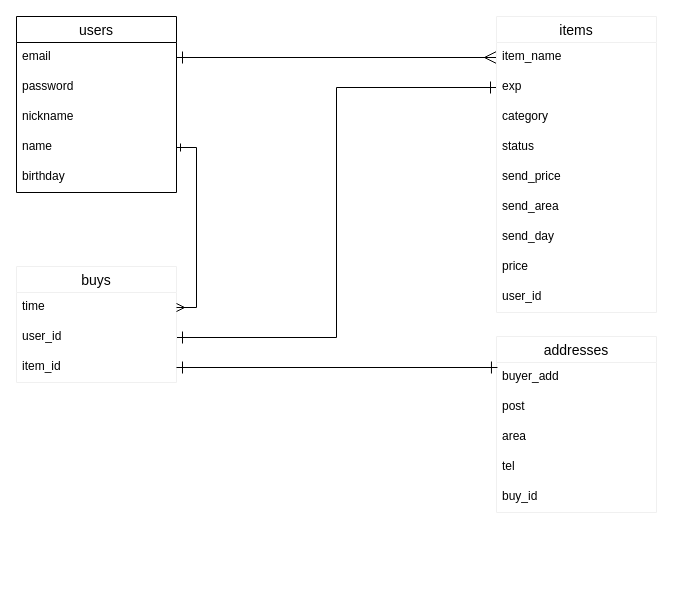
Above: furimaER.dio in hamada456/furima-31719 (draw.io), before the change. Source tidied: cells renumbered, new cells numbered last; positions are measured from the earlier drawing's top-left corner, leaving out a move shared by most shapes. Both pictures are drawn from the tidied source at 100%, with x=0, y=0 at pixel (16, 16).
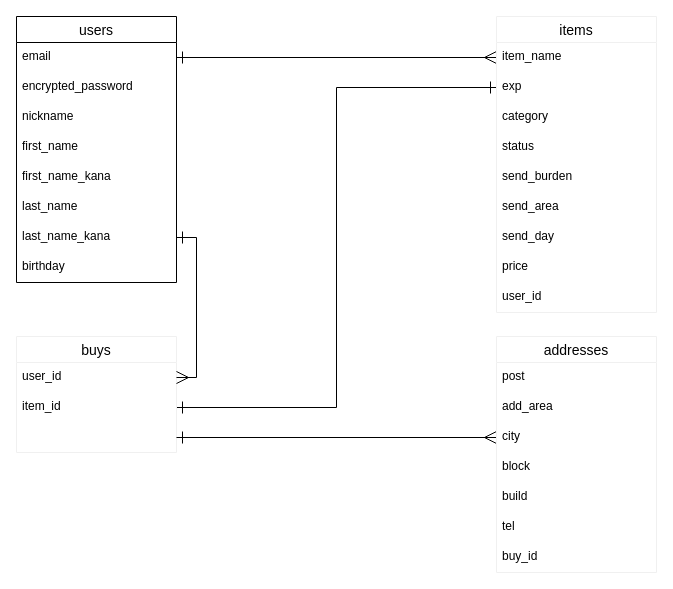
After the change.

Unchanged cells that the change refers to:
```xml
<mxCell id="10" value="items" style="swimlane;fontStyle=0;horizontal=1;startSize=26;align=center;fontSize=14;strokeColor=#f0f0f0;" parent="1" vertex="1">
  <mxGeometry x="480" width="160" height="296" as="geometry" />
</mxCell>
<mxCell id="12" value="exp" style="text;strokeColor=none;fillColor=none;spacingLeft=4;spacingRight=4;overflow=hidden;points=[[0,0.5],[1,0.5]];portConstraint=eastwest;fontSize=12;" parent="10" vertex="1">
  <mxGeometry y="56" width="160" height="30" as="geometry" />
</mxCell>
```

The edit, as a diff of the source:
```diff
@@
     <mxCell id="2" value="users" style="swimlane;fontStyle=0;horizontal=1;startSize=26;align=center;fontSize=14;" parent="1" vertex="1">
-      <mxGeometry width="160" height="176" as="geometry" />
+      <mxGeometry width="160" height="266" as="geometry" />
     </mxCell>
@@
-    <mxCell id="4" value="password" style="text;strokeColor=none;fillColor=none;spacingLeft=4;spacingRight=4;overflow=hidden;fontSize=12;" parent="2" vertex="1">
+    <mxCell id="4" value="encrypted_password" style="text;strokeColor=none;fillColor=none;spacingLeft=4;spacingRight=4;overflow=hidden;fontSize=12;" parent="2" vertex="1">
       <mxGeometry y="56" width="160" height="30" as="geometry" />
     </mxCell>
@@
-    <mxCell id="6" value="name" style="align=left;verticalAlign=top;fillColor=none;strokeColor=none;spacingRight=4;spacingLeft=4;" parent="2" vertex="1">
+    <mxCell id="6" value="first_name" style="align=left;verticalAlign=top;fillColor=none;strokeColor=none;spacingRight=4;spacingLeft=4;" parent="2" vertex="1">
       <mxGeometry y="116" width="160" height="30" as="geometry" />
     </mxCell>
-    <mxCell id="7" value="birthday" style="align=left;verticalAlign=top;fillColor=none;strokeColor=none;spacingLeft=4;spacingRight=4;" parent="2" vertex="1">
+    <mxCell id="7" value="first_name_kana" style="align=left;verticalAlign=top;fillColor=none;strokeColor=none;spacingLeft=4;spacingRight=4;" parent="2" vertex="1">
       <mxGeometry y="146" width="160" height="30" as="geometry" />
     </mxCell>
+    <mxCell id="32" value="last_name" style="align=left;verticalAlign=top;fillColor=none;strokeColor=none;spacingLeft=4;spacingRight=4;" parent="2" vertex="1">
+      <mxGeometry y="176" width="160" height="30" as="geometry" />
+    </mxCell>
+    <mxCell id="33" value="last_name_kana" style="align=left;verticalAlign=top;fillColor=none;strokeColor=none;spacingLeft=4;spacingRight=4;" parent="2" vertex="1">
+      <mxGeometry y="206" width="160" height="30" as="geometry" />
+    </mxCell>
+    <mxCell id="34" value="birthday" style="align=left;verticalAlign=top;fillColor=none;strokeColor=none;spacingLeft=4;spacingRight=4;" parent="2" vertex="1">
+      <mxGeometry y="236" width="160" height="30" as="geometry" />
+    </mxCell>
@@
-    <mxCell id="9" style="edgeStyle=orthogonalEdgeStyle;rounded=0;jumpSize=6;jettySize=auto;html=1;exitX=1;exitY=0.5;exitDx=0;exitDy=0;entryX=0;entryY=0.5;entryDx=0;entryDy=0;startArrow=ERone;startFill=0;startSize=10;endArrow=ERone;endFill=0;endSize=10;strokeWidth=1;fontSize=12;" parent="1" edge="1" source="28" target="12">
+    <mxCell id="9" style="edgeStyle=orthogonalEdgeStyle;rounded=0;jumpSize=6;jettySize=auto;html=1;exitX=1;exitY=0.5;exitDx=0;exitDy=0;entryX=0;entryY=0.5;entryDx=0;entryDy=0;startArrow=ERone;startFill=0;startSize=10;endArrow=ERone;endFill=0;endSize=10;strokeWidth=1;fontSize=12;" parent="1" edge="1" source="29" target="12">
       <mxGeometry relative="1" as="geometry" />
     </mxCell>
@@
-    <mxCell id="15" value="send_price" style="align=left;fillColor=none;strokeColor=none;verticalAlign=top;spacingLeft=4;spacingRight=4;" parent="10" vertex="1">
+    <mxCell id="15" value="send_burden" style="align=left;fillColor=none;strokeColor=none;verticalAlign=top;spacingLeft=4;spacingRight=4;" parent="10" vertex="1">
       <mxGeometry y="146" width="160" height="30" as="geometry" />
     </mxCell>
@@
+    <mxCell id="26" value="buys" style="swimlane;fontStyle=0;horizontal=1;startSize=26;align=center;fontSize=14;strokeColor=#f0f0f0;" parent="1" vertex="1">
+      <mxGeometry y="320" width="160" height="116" as="geometry" />
+    </mxCell>
+    <mxCell id="28" value="user_id" style="text;strokeColor=none;fillColor=none;spacingLeft=4;spacingRight=4;overflow=hidden;points=[[0,0.5],[1,0.5]];portConstraint=eastwest;fontSize=12;" parent="26" vertex="1">
+      <mxGeometry y="26" width="160" height="30" as="geometry" />
+    </mxCell>
+    <mxCell id="29" value="item_id" style="text;strokeColor=none;fillColor=none;spacingLeft=4;spacingRight=4;overflow=hidden;points=[[0,0.5],[1,0.5]];portConstraint=eastwest;fontSize=12;" parent="26" vertex="1">
+      <mxGeometry y="56" width="160" height="30" as="geometry" />
+    </mxCell>
+    <mxCell id="35" value=" " style="text;strokeColor=none;fillColor=none;spacingLeft=4;spacingRight=4;overflow=hidden;points=[[0,0.5],[1,0.5]];portConstraint=eastwest;fontSize=12;" parent="26" vertex="1">
+      <mxGeometry y="86" width="160" height="30" as="geometry" />
+    </mxCell>
+    <mxCell id="36" style="edgeStyle=orthogonalEdgeStyle;rounded=0;jettySize=auto;html=1;exitX=1;exitY=0.5;exitDx=0;exitDy=0;entryX=1;entryY=0.5;entryDx=0;entryDy=0;startArrow=ERone;startFill=0;startSize=10;endArrow=ERmany;endFill=0;endSize=10;" parent="1" edge="1" source="33" target="28">
+      <mxGeometry relative="1" as="geometry" />
+    </mxCell>
+    <mxCell id="37" style="edgeStyle=orthogonalEdgeStyle;rounded=0;jettySize=auto;html=1;exitX=1;exitY=0.5;exitDx=0;exitDy=0;entryX=0;entryY=0.5;entryDx=0;entryDy=0;startArrow=ERone;startFill=0;startSize=10;endArrow=ERmany;endFill=0;endSize=10;" parent="1" edge="1" source="35" target="21">
+      <mxGeometry relative="1" as="geometry" />
+    </mxCell>
     <mxCell id="20" value="addresses" style="swimlane;fontStyle=0;horizontal=1;startSize=26;align=center;fontSize=14;strokeColor=#f0f0f0;" parent="1" vertex="1">
-      <mxGeometry x="480" y="320" width="160" height="176" as="geometry" />
+      <mxGeometry x="480" y="320" width="160" height="236" as="geometry" />
     </mxCell>
-    <mxCell id="21" value="buyer_add" style="text;strokeColor=none;fillColor=none;spacingLeft=4;spacingRight=4;overflow=hidden;points=[[0,0.5],[1,0.5]];portConstraint=eastwest;fontSize=12;" parent="20" vertex="1">
-      <mxGeometry y="26" width="160" height="30" as="geometry" />
-    </mxCell>
     <mxCell id="22" value="post" style="text;strokeColor=none;fillColor=none;spacingLeft=4;spacingRight=4;overflow=hidden;fontSize=12;" parent="20" vertex="1">
-      <mxGeometry y="56" width="160" height="30" as="geometry" />
+      <mxGeometry y="26" width="160" height="30" as="geometry" />
     </mxCell>
-    <mxCell id="23" value="area" style="align=left;fillColor=none;strokeColor=none;verticalAlign=top;spacingLeft=4;spacingRight=4;" parent="20" vertex="1">
-      <mxGeometry y="86" width="160" height="30" as="geometry" />
+    <mxCell id="23" value="add_area" style="align=left;fillColor=none;strokeColor=none;verticalAlign=top;spacingLeft=4;spacingRight=4;" parent="20" vertex="1">
+      <mxGeometry y="56" width="160" height="30" as="geometry" />
     </mxCell>
+    <mxCell id="21" value="city" style="text;strokeColor=none;fillColor=none;spacingLeft=4;spacingRight=4;overflow=hidden;points=[[0,0.5],[1,0.5]];portConstraint=eastwest;fontSize=12;" parent="20" vertex="1">
+      <mxGeometry y="86" width="160" height="30" as="geometry" />
+    </mxCell>
-    <mxCell id="24" value="tel" style="align=left;fillColor=none;strokeColor=none;verticalAlign=top;spacingLeft=4;spacingRight=4;" parent="20" vertex="1">
+    <mxCell id="24" value="block" style="align=left;fillColor=none;strokeColor=none;verticalAlign=top;spacingLeft=4;spacingRight=4;" parent="20" vertex="1">
       <mxGeometry y="116" width="160" height="30" as="geometry" />
     </mxCell>
-    <mxCell id="25" value="buy_id" style="align=left;fillColor=none;strokeColor=none;verticalAlign=top;spacingLeft=4;spacingRight=4;" parent="20" vertex="1">
+    <mxCell id="25" value="build" style="align=left;fillColor=none;strokeColor=none;verticalAlign=top;spacingLeft=4;spacingRight=4;" parent="20" vertex="1">
       <mxGeometry y="146" width="160" height="30" as="geometry" />
     </mxCell>
-    <mxCell id="26" value="buys" style="swimlane;fontStyle=0;horizontal=1;startSize=26;align=center;fontSize=14;strokeColor=#f0f0f0;" parent="1" vertex="1">
-      <mxGeometry y="250" width="160" height="116" as="geometry" />
-    </mxCell>
-    <mxCell id="27" value="time" style="text;strokeColor=none;fillColor=none;spacingLeft=4;spacingRight=4;overflow=hidden;points=[[0,0.5],[1,0.5]];portConstraint=eastwest;fontSize=12;" parent="26" vertex="1">
-      <mxGeometry y="26" width="160" height="30" as="geometry" />
-    </mxCell>
-    <mxCell id="28" value="user_id" style="text;strokeColor=none;fillColor=none;spacingLeft=4;spacingRight=4;overflow=hidden;points=[[0,0.5],[1,0.5]];portConstraint=eastwest;fontSize=12;" parent="26" vertex="1">
-      <mxGeometry y="56" width="160" height="30" as="geometry" />
-    </mxCell>
-    <mxCell id="29" value="item_id" style="text;strokeColor=none;fillColor=none;spacingLeft=4;spacingRight=4;overflow=hidden;points=[[0,0.5],[1,0.5]];portConstraint=eastwest;fontSize=12;" parent="26" vertex="1">
-      <mxGeometry y="86" width="160" height="30" as="geometry" />
-    </mxCell>
-    <mxCell id="30" style="edgeStyle=orthogonalEdgeStyle;rounded=0;jettySize=auto;html=1;exitX=1;exitY=0.5;exitDx=0;exitDy=0;entryX=0.006;entryY=0.167;entryDx=0;entryDy=0;entryPerimeter=0;startArrow=ERone;startFill=0;endArrow=ERone;endFill=0;endSize=10;startSize=10;" parent="1" edge="1" source="29" target="21">
-      <mxGeometry relative="1" as="geometry" />
-    </mxCell>
-    <mxCell id="31" style="edgeStyle=orthogonalEdgeStyle;rounded=0;jettySize=auto;html=1;exitX=1;exitY=0.5;exitDx=0;exitDy=0;entryX=1;entryY=0.5;entryDx=0;entryDy=0;startArrow=ERone;startFill=0;endArrow=ERmany;endFill=0;" parent="1" edge="1" source="6" target="27">
-      <mxGeometry relative="1" as="geometry" />
-    </mxCell>
+    <mxCell id="38" value="tel" style="align=left;fillColor=none;strokeColor=none;verticalAlign=top;spacingLeft=4;spacingRight=4;" parent="20" vertex="1">
+      <mxGeometry y="176" width="160" height="30" as="geometry" />
+    </mxCell>
+    <mxCell id="39" value="buy_id" style="align=left;fillColor=none;strokeColor=none;verticalAlign=top;spacingLeft=4;spacingRight=4;" parent="20" vertex="1">
+      <mxGeometry y="206" width="160" height="30" as="geometry" />
+    </mxCell>
```
